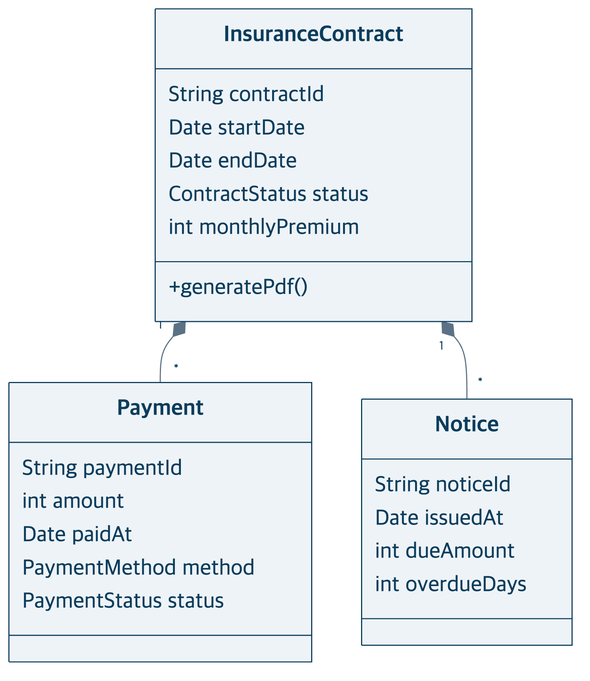
The Mermaid diagram docs/presentation/diagrams/clusters/contract-design.png in heyoonyoon/distributed-programming, before a commit. Its source is kept beside it as docs/presentation/diagrams/clusters/contract-design.mmd.
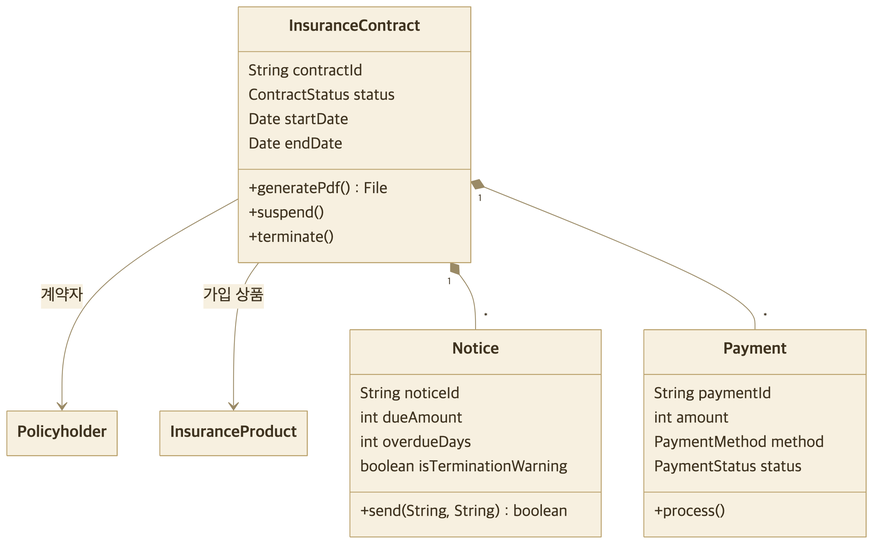
After the change.

What changed in the source:
```diff
@@ -2,24 +2,30 @@
 direction TB
 class InsuranceContract {
   String contractId
+  ContractStatus status
   Date startDate
   Date endDate
-  ContractStatus status
-  int monthlyPremium
-  +generatePdf()
+  +generatePdf() File
+  +suspend()
+  +terminate()
+}
+class Policyholder
+class InsuranceProduct
+class Notice {
+  String noticeId
+  int dueAmount
+  int overdueDays
+  boolean isTerminationWarning
+  +send(String, String) boolean
 }
 class Payment {
   String paymentId
   int amount
-  Date paidAt
   PaymentMethod method
   PaymentStatus status
+  +process()
 }
-class Notice {
-  String noticeId
-  Date issuedAt
-  int dueAmount
-  int overdueDays
-}
+InsuranceContract --> Policyholder : 계약자
+InsuranceContract --> InsuranceProduct : 가입 상품
+InsuranceContract "1" *-- "*" Notice
 InsuranceContract "1" *-- "*" Payment
-InsuranceContract "1" *-- "*" Notice
```
